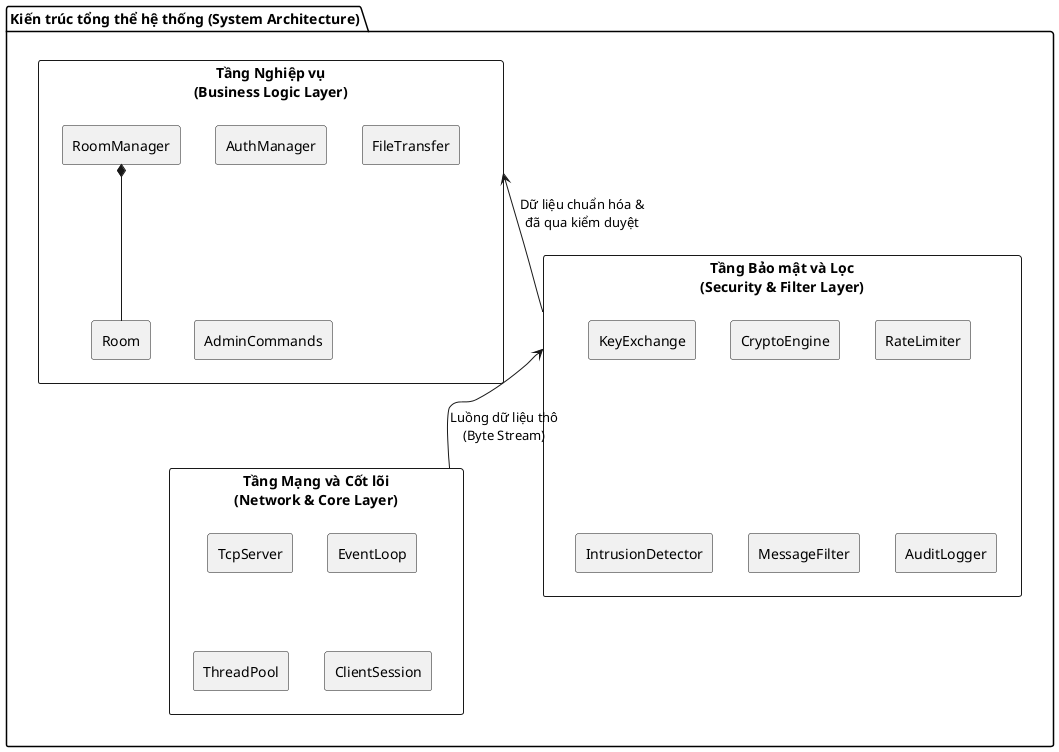
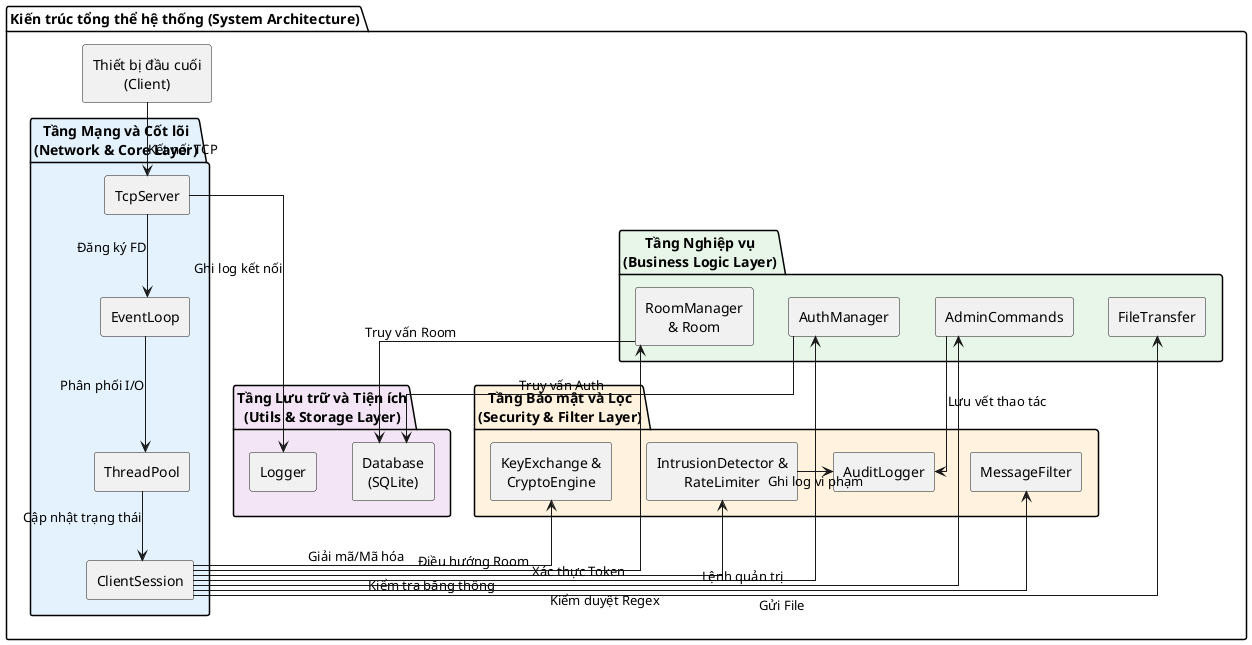
@startuml
- skinparam monochrome true
- skinparam shadowing false
skinparam componentStyle rectangle
skinparam defaultTextAlignment center
+ skinparam linetype ortho

package "Kiến trúc tổng thể hệ thống (System Architecture)" {

-   component "Tầng Nghiệp vụ\n(Business Logic Layer)" as BusinessLayer {
-     [AuthManager]
-     [RoomManager]
-     [Room]
-     [FileTransfer]
-     [AdminCommands]
+   component "Thiết bị đầu cuối\n(Client)" as Client

-     [RoomManager] *-- [Room]
+   package "Tầng Nghiệp vụ\n(Business Logic Layer)" as BusinessLayer #E8F5E9 {
+     component "AuthManager" as AuthManager
+     component "RoomManager\n& Room" as RoomManager
+     component "FileTransfer" as FileTransfer
+     component "AdminCommands" as AdminCommands
  }

-   component "Tầng Bảo mật và Lọc\n(Security & Filter Layer)" as SecurityLayer {
-     [KeyExchange]
-     [CryptoEngine]
-     [RateLimiter]
-     [IntrusionDetector]
-     [MessageFilter]
-     [AuditLogger]
+   package "Tầng Bảo mật và Lọc\n(Security & Filter Layer)" as SecurityLayer #FFF3E0 {
+     component "KeyExchange &\nCryptoEngine" as CryptoEngine
+     component "MessageFilter" as MessageFilter
+     component "IntrusionDetector &\nRateLimiter" as RateLimiter
+     component "AuditLogger" as AuditLogger
  }

-   component "Tầng Mạng và Cốt lõi\n(Network & Core Layer)" as NetworkLayer {
-     [TcpServer]
-     [EventLoop]
-     [ThreadPool]
-     [ClientSession]
+   package "Tầng Mạng và Cốt lõi\n(Network & Core Layer)" as NetworkLayer #E3F2FD {
+     component "TcpServer" as TcpServer
+     component "EventLoop" as EventLoop
+     component "ThreadPool" as ThreadPool
+     component "ClientSession" as ClientSession
  }

-   NetworkLayer -up-> SecurityLayer : "Luồng dữ liệu thô\n(Byte Stream)"
-   SecurityLayer -up-> BusinessLayer : "Dữ liệu chuẩn hóa &\nđã qua kiểm duyệt"
+   package "Tầng Lưu trữ và Tiện ích\n(Utils & Storage Layer)" as UtilsLayer #F3E5F5 {
+     component "Database\n(SQLite)" as Database
+     component "Logger" as SystemLogger
+   }
+ 
+   ' Mạng & Cốt lõi
+   Client -down-> TcpServer : "Kết nối TCP"
+   TcpServer -down-> EventLoop : "Đăng ký FD"
+   EventLoop -down-> ThreadPool : "Phân phối I/O"
+   ThreadPool -down-> ClientSession : "Cập nhật trạng thái"
+ 
+   ' Phân nhánh từ ClientSession lên Tầng Bảo mật
+   ClientSession -up-> CryptoEngine : "Giải mã/Mã hóa"
+   ClientSession -up-> RateLimiter : "Kiểm tra băng thông"
+ 
+   ' Phân nhánh từ ClientSession lên Tầng Nghiệp vụ
+   ClientSession -up-> AuthManager : "Xác thực Token"
+   ClientSession -up-> RoomManager : "Điều hướng Room"
+   ClientSession -up-> FileTransfer : "Gửi File"
+   ClientSession -up-> AdminCommands : "Lệnh quản trị"
+   ClientSession -up-> MessageFilter : "Kiểm duyệt Regex"
+ 
+   ' Tương tác nội bộ các tầng
+   RateLimiter -left-> AuditLogger : "Ghi log vi phạm"
+   AdminCommands -down-> AuditLogger : "Lưu vết thao tác"
+ 
+   ' Tương tác với Database & Logger
+   AuthManager -down-> Database : "Truy vấn Auth"
+   RoomManager -down-> Database : "Truy vấn Room"
+   TcpServer -down-> SystemLogger : "Ghi log kết nối"
+ 
}
- 
@enduml
